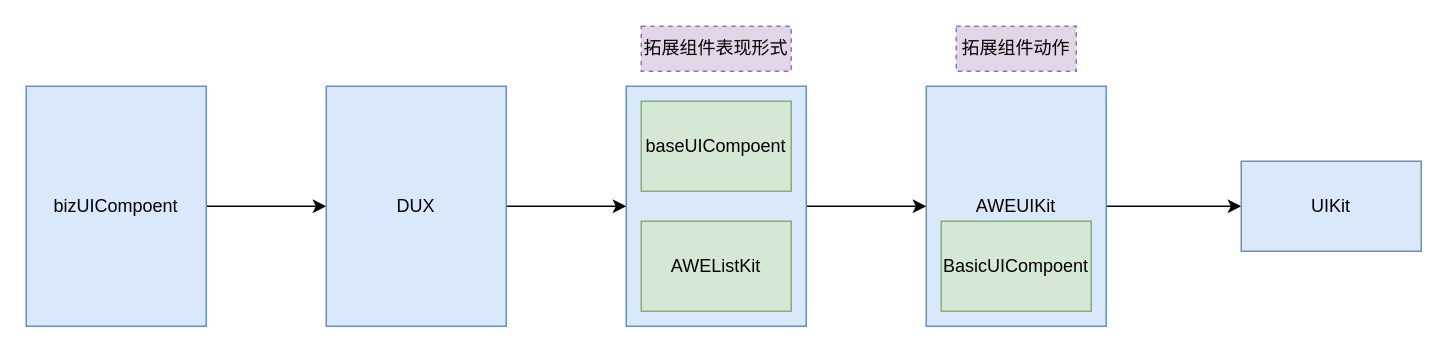
desertslin/graph keeps this draw.io diagram as page "Page-2" (2 of 2) of 研发流程.drawio. Above is the earlier version. Source tidied: cells renumbered, new cells numbered last; positions are measured from the earlier drawing's top-left corner, leaving out a move shared by most shapes. Both pictures are drawn from the tidied source at 150%, with x=0, y=0 at pixel (26, 26).
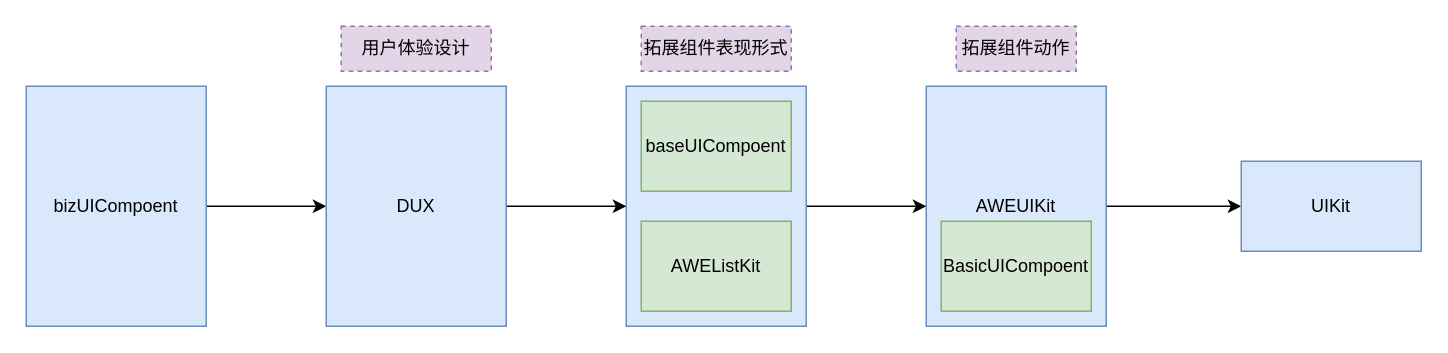
The same page after the edit.

Change to the diagram source:
```diff
@@
 <mxGraphModel>
   <root>
     <mxCell id="0" />
     <mxCell id="1" parent="0" />
     <mxCell id="2" style="edgeStyle=orthogonalEdgeStyle;rounded=0;jettySize=auto;html=1;exitX=1;exitY=0.5;exitDx=0;exitDy=0;entryX=0;entryY=0.5;entryDx=0;entryDy=0;" parent="1" edge="1" source="3" target="11">
       <mxGeometry relative="1" as="geometry" />
     </mxCell>
     <mxCell id="3" value="AWEUIKit" style="rounded=0;whiteSpace=wrap;html=1;fillColor=#dae8fc;strokeColor=#6c8ebf;" parent="1" vertex="1">
       <mxGeometry x="600" y="40" width="120" height="160" as="geometry" />
     </mxCell>
     <mxCell id="4" style="edgeStyle=orthogonalEdgeStyle;rounded=0;jettySize=auto;html=1;exitX=1;exitY=0.5;exitDx=0;exitDy=0;entryX=0;entryY=0.5;entryDx=0;entryDy=0;" parent="1" edge="1" source="5" target="3">
       <mxGeometry relative="1" as="geometry" />
     </mxCell>
     <mxCell id="5" style="rounded=0;whiteSpace=wrap;html=1;fillColor=#dae8fc;strokeColor=#6c8ebf;" parent="1" vertex="1">
       <mxGeometry x="400" y="40" width="120" height="160" as="geometry" />
     </mxCell>
     <mxCell id="6" style="edgeStyle=orthogonalEdgeStyle;rounded=0;jettySize=auto;html=1;exitX=1;exitY=0.5;exitDx=0;exitDy=0;" parent="1" edge="1" source="7" target="10">
       <mxGeometry relative="1" as="geometry" />
     </mxCell>
     <mxCell id="7" value="bizUICompoent" style="rounded=0;whiteSpace=wrap;html=1;fillColor=#dae8fc;strokeColor=#6c8ebf;" parent="1" vertex="1">
       <mxGeometry y="40" width="120" height="160" as="geometry" />
     </mxCell>
     <mxCell id="8" value="AWEListKit" style="rounded=0;whiteSpace=wrap;html=1;fillColor=#d5e8d4;strokeColor=#82b366;" parent="1" vertex="1">
       <mxGeometry x="410" y="130" width="100" height="60" as="geometry" />
     </mxCell>
     <mxCell id="9" style="edgeStyle=orthogonalEdgeStyle;rounded=0;jettySize=auto;html=1;exitX=1;exitY=0.5;exitDx=0;exitDy=0;" parent="1" edge="1" source="10" target="5">
       <mxGeometry relative="1" as="geometry" />
     </mxCell>
     <mxCell id="10" value="DUX" style="rounded=0;whiteSpace=wrap;html=1;fillColor=#dae8fc;strokeColor=#6c8ebf;" parent="1" vertex="1">
       <mxGeometry x="200" y="40" width="120" height="160" as="geometry" />
     </mxCell>
     <mxCell id="11" value="UIKit" style="rounded=0;whiteSpace=wrap;html=1;fillColor=#dae8fc;strokeColor=#6c8ebf;" parent="1" vertex="1">
       <mxGeometry x="810" y="90" width="120" height="60" as="geometry" />
     </mxCell>
     <mxCell id="12" value="BasicUICompoent" style="rounded=0;whiteSpace=wrap;html=1;fillColor=#d5e8d4;strokeColor=#82b366;" parent="1" vertex="1">
       <mxGeometry x="610" y="130" width="100" height="60" as="geometry" />
     </mxCell>
     <mxCell id="13" value="baseUICompoent" style="rounded=0;whiteSpace=wrap;html=1;fillColor=#d5e8d4;strokeColor=#82b366;" parent="1" vertex="1">
       <mxGeometry x="410" y="50" width="100" height="60" as="geometry" />
     </mxCell>
     <mxCell id="14" value="拓展组件动作" style="text;html=1;strokeColor=#9673a6;fillColor=#e1d5e7;align=center;verticalAlign=middle;whiteSpace=wrap;rounded=0;dashed=1;" parent="1" vertex="1">
       <mxGeometry x="620" width="80" height="30" as="geometry" />
     </mxCell>
     <mxCell id="15" value="拓展组件表现形式" style="text;html=1;strokeColor=#9673a6;fillColor=#e1d5e7;align=center;verticalAlign=middle;whiteSpace=wrap;rounded=0;dashed=1;" parent="1" vertex="1">
       <mxGeometry x="410" width="100" height="30" as="geometry" />
     </mxCell>
+    <mxCell id="16" value="用户体验设计" style="text;html=1;strokeColor=#9673a6;fillColor=#e1d5e7;align=center;verticalAlign=middle;whiteSpace=wrap;rounded=0;dashed=1;" parent="1" vertex="1">
+      <mxGeometry x="210" width="100" height="30" as="geometry" />
+    </mxCell>
   </root>
 </mxGraphModel>
```
